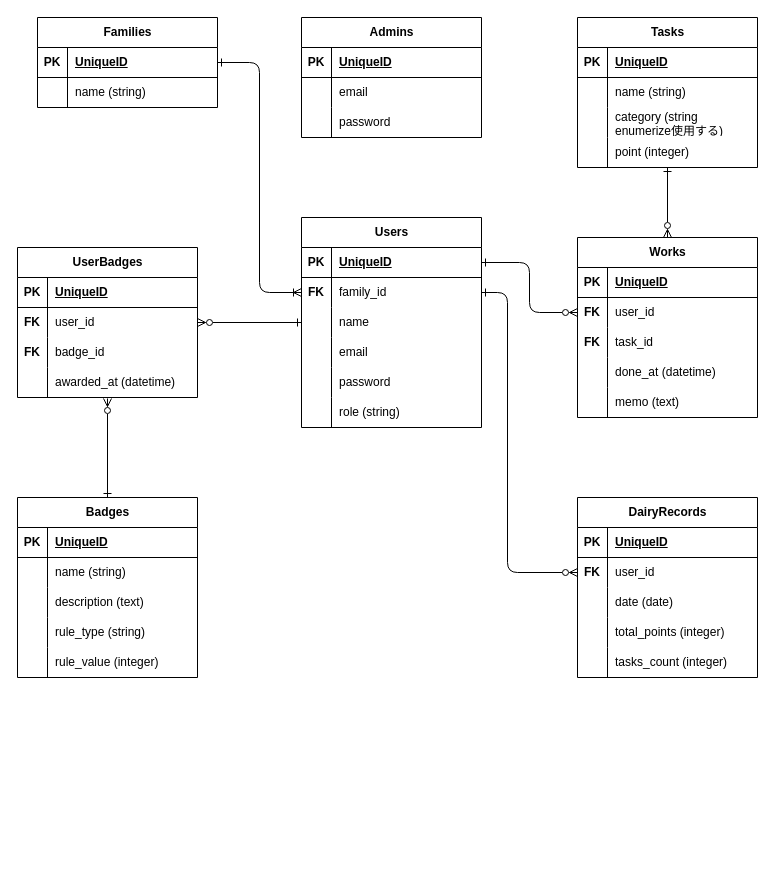
keeeeSB/KazokuQuest keeps this draw.io diagram as KazokuQuest.drawio. Above is the earlier version. Source tidied: cells renumbered, new cells numbered last; positions are measured from the earlier drawing's top-left corner, leaving out a move shared by most shapes. Both pictures are drawn from the tidied source at 100%, with x=0, y=0 at pixel (17, 17).
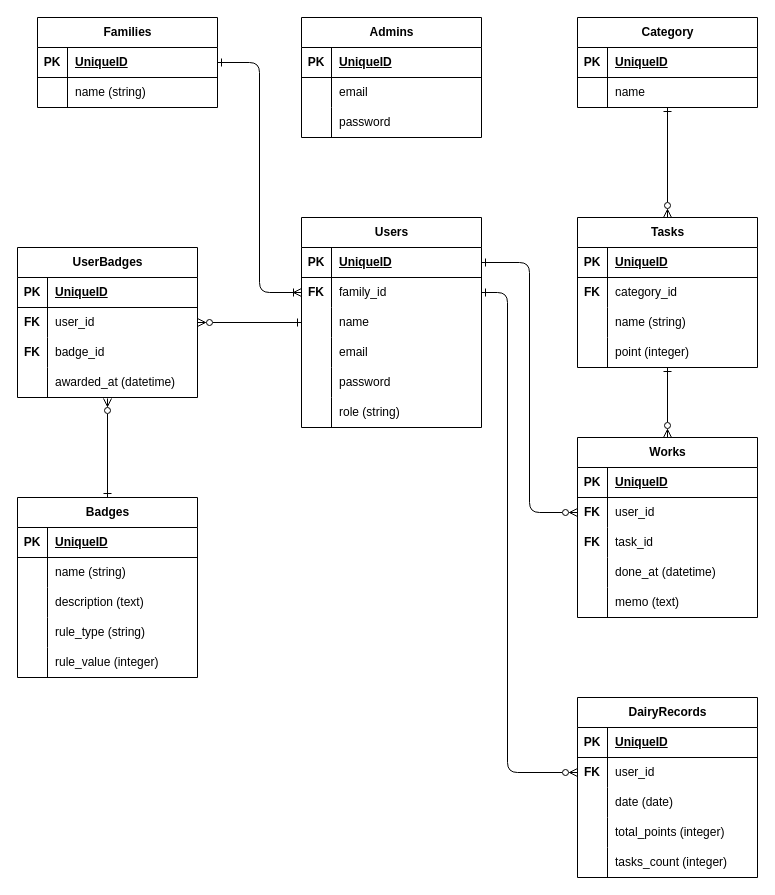
After the change.

Unchanged cells that the change refers to:
```xml
<mxCell id="13" style="shape=tableRow;horizontal=0;startSize=0;swimlaneHead=0;swimlaneBody=0;fillColor=none;points=[[0,0.5],[1,0.5]];portConstraint=eastwest;top=0;left=0;right=0;bottom=1;" parent="12" vertex="1">
  <mxGeometry y="30" width="180" height="30" as="geometry" />
</mxCell>
<mxCell id="16" style="shape=tableRow;horizontal=0;startSize=0;swimlaneHead=0;swimlaneBody=0;fillColor=none;points=[[0,0.5],[1,0.5]];portConstraint=eastwest;top=0;left=0;right=0;bottom=0;" parent="12" vertex="1">
  <mxGeometry y="60" width="180" height="30" as="geometry" />
</mxCell>
<mxCell id="43" style="shape=tableRow;horizontal=0;startSize=0;swimlaneHead=0;swimlaneBody=0;fillColor=none;top=0;left=0;right=0;bottom=0;" parent="39" vertex="1">
  <mxGeometry y="60" width="180" height="30" as="geometry" />
</mxCell>
<mxCell id="46" style="shape=tableRow;horizontal=0;startSize=0;swimlaneHead=0;swimlaneBody=0;fillColor=none;top=0;left=0;right=0;bottom=0;" parent="39" vertex="1">
  <mxGeometry y="90" width="180" height="30" as="geometry" />
</mxCell>
<mxCell id="56" style="shape=tableRow;horizontal=0;startSize=0;swimlaneHead=0;swimlaneBody=0;fillColor=none;points=[[0,0.5],[1,0.5]];portConstraint=eastwest;top=0;left=0;right=0;bottom=0;" parent="52" vertex="1">
  <mxGeometry y="60" width="180" height="30" as="geometry" />
</mxCell>
<mxCell id="74" style="shape=tableRow;horizontal=0;startSize=0;swimlaneHead=0;swimlaneBody=0;fillColor=none;points=[[0,0.5],[1,0.5]];portConstraint=eastwest;top=0;left=0;right=0;bottom=0;" parent="70" vertex="1">
  <mxGeometry y="60" width="180" height="30" as="geometry" />
</mxCell>
```

Diff of the diagram source:
```diff
@@
     <mxCell id="39" value="Tasks" style="shape=table;startSize=30;childLayout=tableLayout;rowLines=0;fontStyle=1;align=center;html=1;" parent="1" vertex="1">
-      <mxGeometry x="560" width="180" height="150" as="geometry" />
+      <mxGeometry x="560" y="200" width="180" height="150" as="geometry" />
     </mxCell>
@@
-    <mxCell id="44" style="shape=partialRectangle;fillColor=none;top=0;left=0;bottom=0;right=0;overflow=hidden;whiteSpace=wrap;html=1;" parent="43" vertex="1">
+    <mxCell id="44" value="FK" style="shape=partialRectangle;fillColor=none;top=0;left=0;bottom=0;right=0;overflow=hidden;whiteSpace=wrap;html=1;fontStyle=1;" parent="43" vertex="1">
       <mxGeometry width="30" height="30" as="geometry" />
     </mxCell>
-    <mxCell id="45" value="name (string)" style="shape=partialRectangle;fillColor=none;top=0;left=0;bottom=0;right=0;align=left;spacingLeft=6;overflow=hidden;whiteSpace=wrap;html=1;" parent="43" vertex="1">
+    <mxCell id="45" value="category_id" style="shape=partialRectangle;fillColor=none;top=0;left=0;bottom=0;right=0;align=left;spacingLeft=6;overflow=hidden;whiteSpace=wrap;html=1;" parent="43" vertex="1">
       <mxGeometry x="30" width="150" height="30" as="geometry" />
     </mxCell>
@@
-    <mxCell id="48" value="category (string enumerize使用する)" style="shape=partialRectangle;fillColor=none;top=0;left=0;bottom=0;right=0;align=left;spacingLeft=6;overflow=hidden;whiteSpace=wrap;html=1;" parent="46" vertex="1">
+    <mxCell id="48" value="name (string)" style="shape=partialRectangle;fillColor=none;top=0;left=0;bottom=0;right=0;align=left;spacingLeft=6;overflow=hidden;whiteSpace=wrap;html=1;" parent="46" vertex="1">
       <mxGeometry x="30" width="150" height="30" as="geometry" />
     </mxCell>
@@
     <mxCell id="52" value="Works" style="shape=table;startSize=30;childLayout=tableLayout;rowLines=0;fontStyle=1;align=center;html=1;" parent="1" vertex="1">
-      <mxGeometry x="560" y="220" width="180" height="180" as="geometry" />
+      <mxGeometry x="560" y="420" width="180" height="180" as="geometry" />
     </mxCell>
@@
-    <mxCell id="68" style="edgeStyle=orthogonalEdgeStyle;rounded=1;jettySize=auto;html=1;exitX=0;exitY=0.5;exitDx=0;exitDy=0;entryX=1;entryY=0.5;entryDx=0;entryDy=0;curved=0;startArrow=ERzeroToMany;startFill=0;endArrow=ERone;endFill=0;" parent="1" edge="1" source="56" target="13">
-      <mxGeometry relative="1" as="geometry" />
-    </mxCell>
@@
     <mxCell id="70" value="DairyRecords" style="shape=table;startSize=30;childLayout=tableLayout;rowLines=0;fontStyle=1;align=center;html=1;" parent="1" vertex="1">
-      <mxGeometry x="560" y="480" width="180" height="180" as="geometry" />
+      <mxGeometry x="560" y="680" width="180" height="180" as="geometry" />
     </mxCell>
@@
-    <mxCell id="86" style="edgeStyle=orthogonalEdgeStyle;rounded=1;jettySize=auto;html=1;exitX=0;exitY=0.5;exitDx=0;exitDy=0;entryX=1;entryY=0.5;entryDx=0;entryDy=0;curved=0;endArrow=ERone;endFill=0;startArrow=ERzeroToMany;startFill=0;" parent="1" edge="1" source="74" target="16">
-      <mxGeometry relative="1" as="geometry">
-        <Array as="points">
-          <mxPoint x="490" y="555" />
-          <mxPoint x="490" y="275" />
-        </Array>
-      </mxGeometry>
-    </mxCell>
@@
+    <mxCell id="118" value="Category" style="shape=table;startSize=30;childLayout=tableLayout;rowLines=0;fontStyle=1;align=center;html=1;" parent="1" vertex="1">
+      <mxGeometry x="560" width="180" height="90" as="geometry" />
+    </mxCell>
+    <mxCell id="119" style="shape=tableRow;horizontal=0;startSize=0;swimlaneHead=0;swimlaneBody=0;fillColor=none;top=0;left=0;right=0;bottom=1;" parent="118" vertex="1">
+      <mxGeometry y="30" width="180" height="30" as="geometry" />
+    </mxCell>
+    <mxCell id="120" value="PK" style="shape=partialRectangle;fillColor=none;top=0;left=0;bottom=0;right=0;fontStyle=1;overflow=hidden;whiteSpace=wrap;html=1;" parent="119" vertex="1">
+      <mxGeometry width="30" height="30" as="geometry" />
+    </mxCell>
+    <mxCell id="121" value="UniqueID" style="shape=partialRectangle;fillColor=none;top=0;left=0;bottom=0;right=0;align=left;spacingLeft=6;fontStyle=5;overflow=hidden;whiteSpace=wrap;html=1;" parent="119" vertex="1">
+      <mxGeometry x="30" width="150" height="30" as="geometry" />
+    </mxCell>
+    <mxCell id="122" style="shape=tableRow;horizontal=0;startSize=0;swimlaneHead=0;swimlaneBody=0;fillColor=none;points=[[0,0.5],[1,0.5]];portConstraint=eastwest;top=0;left=0;right=0;bottom=0;" parent="118" vertex="1">
+      <mxGeometry y="60" width="180" height="30" as="geometry" />
+    </mxCell>
+    <mxCell id="123" style="shape=partialRectangle;fillColor=none;top=0;left=0;bottom=0;right=0;overflow=hidden;whiteSpace=wrap;html=1;" parent="122" vertex="1">
+      <mxGeometry width="30" height="30" as="geometry" />
+    </mxCell>
+    <mxCell id="124" value="name" style="shape=partialRectangle;fillColor=none;top=0;left=0;bottom=0;right=0;align=left;spacingLeft=6;overflow=hidden;whiteSpace=wrap;html=1;" parent="122" vertex="1">
+      <mxGeometry x="30" width="150" height="30" as="geometry" />
+    </mxCell>
+    <mxCell id="125" style="edgeStyle=orthogonalEdgeStyle;rounded=1;jettySize=auto;html=1;exitX=1;exitY=0.5;exitDx=0;exitDy=0;entryX=0;entryY=0.5;entryDx=0;entryDy=0;curved=0;startArrow=ERone;startFill=0;endArrow=ERzeroToMany;endFill=0;" parent="1" edge="1" source="13" target="56">
+      <mxGeometry relative="1" as="geometry" />
+    </mxCell>
+    <mxCell id="126" style="edgeStyle=orthogonalEdgeStyle;rounded=1;jettySize=auto;html=1;exitX=1;exitY=0.5;exitDx=0;exitDy=0;entryX=0;entryY=0.5;entryDx=0;entryDy=0;curved=0;startArrow=ERone;startFill=0;endArrow=ERzeroToMany;endFill=0;" parent="1" edge="1" source="16" target="74">
+      <mxGeometry relative="1" as="geometry">
+        <Array as="points">
+          <mxPoint x="490" y="275" />
+          <mxPoint x="490" y="755" />
+        </Array>
+      </mxGeometry>
+    </mxCell>
+    <mxCell id="127" style="edgeStyle=orthogonalEdgeStyle;rounded=0;jettySize=auto;html=1;exitX=0.5;exitY=0;exitDx=0;exitDy=0;entryX=0.5;entryY=1;entryDx=0;entryDy=0;entryPerimeter=0;startArrow=ERzeroToMany;startFill=0;endArrow=ERone;endFill=0;" parent="1" edge="1" source="39" target="122">
+      <mxGeometry relative="1" as="geometry" />
+    </mxCell>
```
